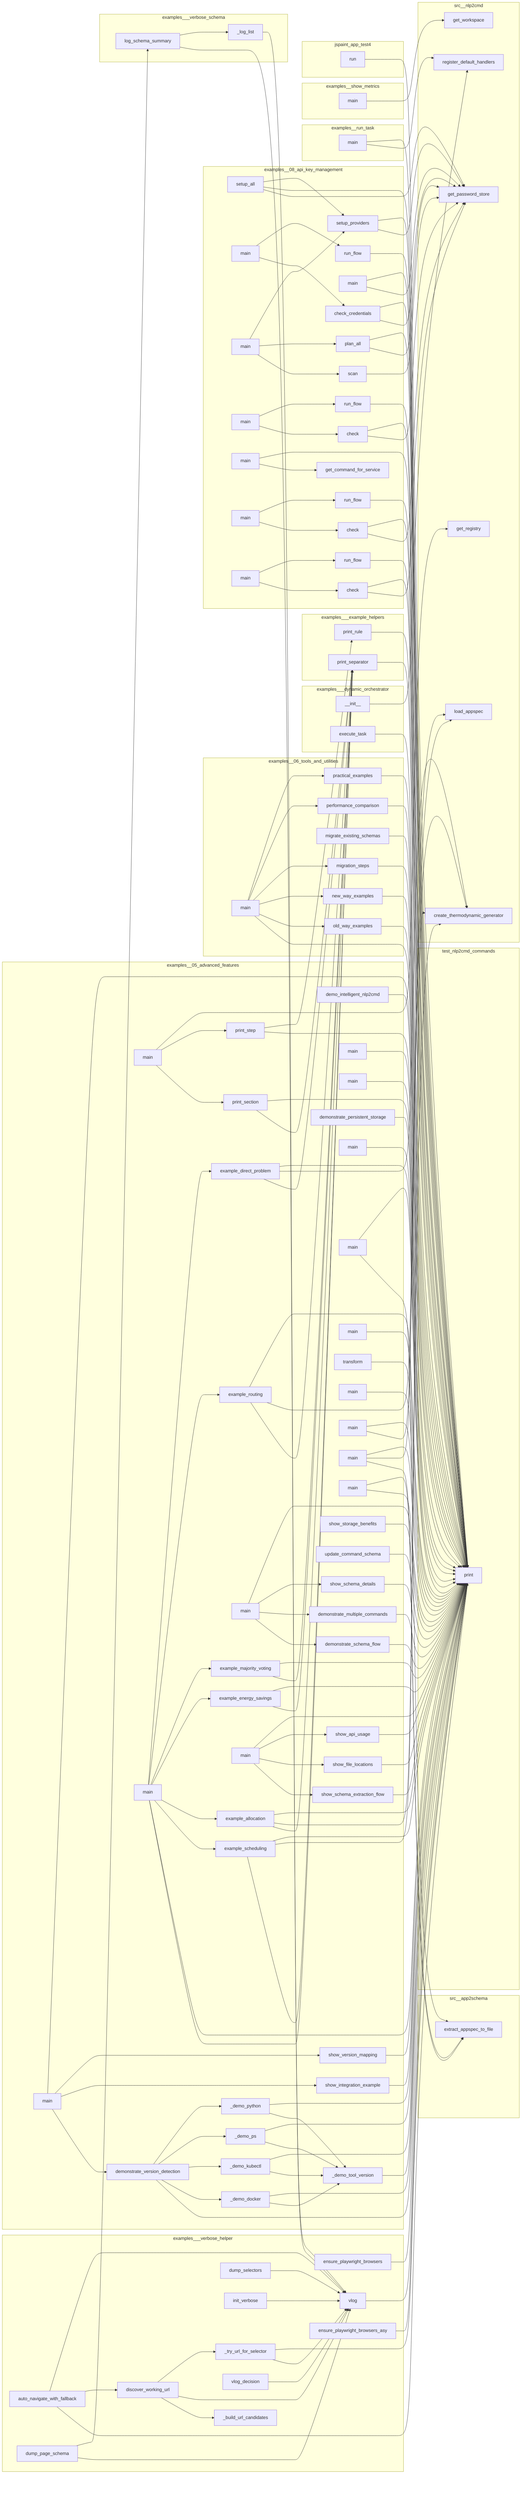
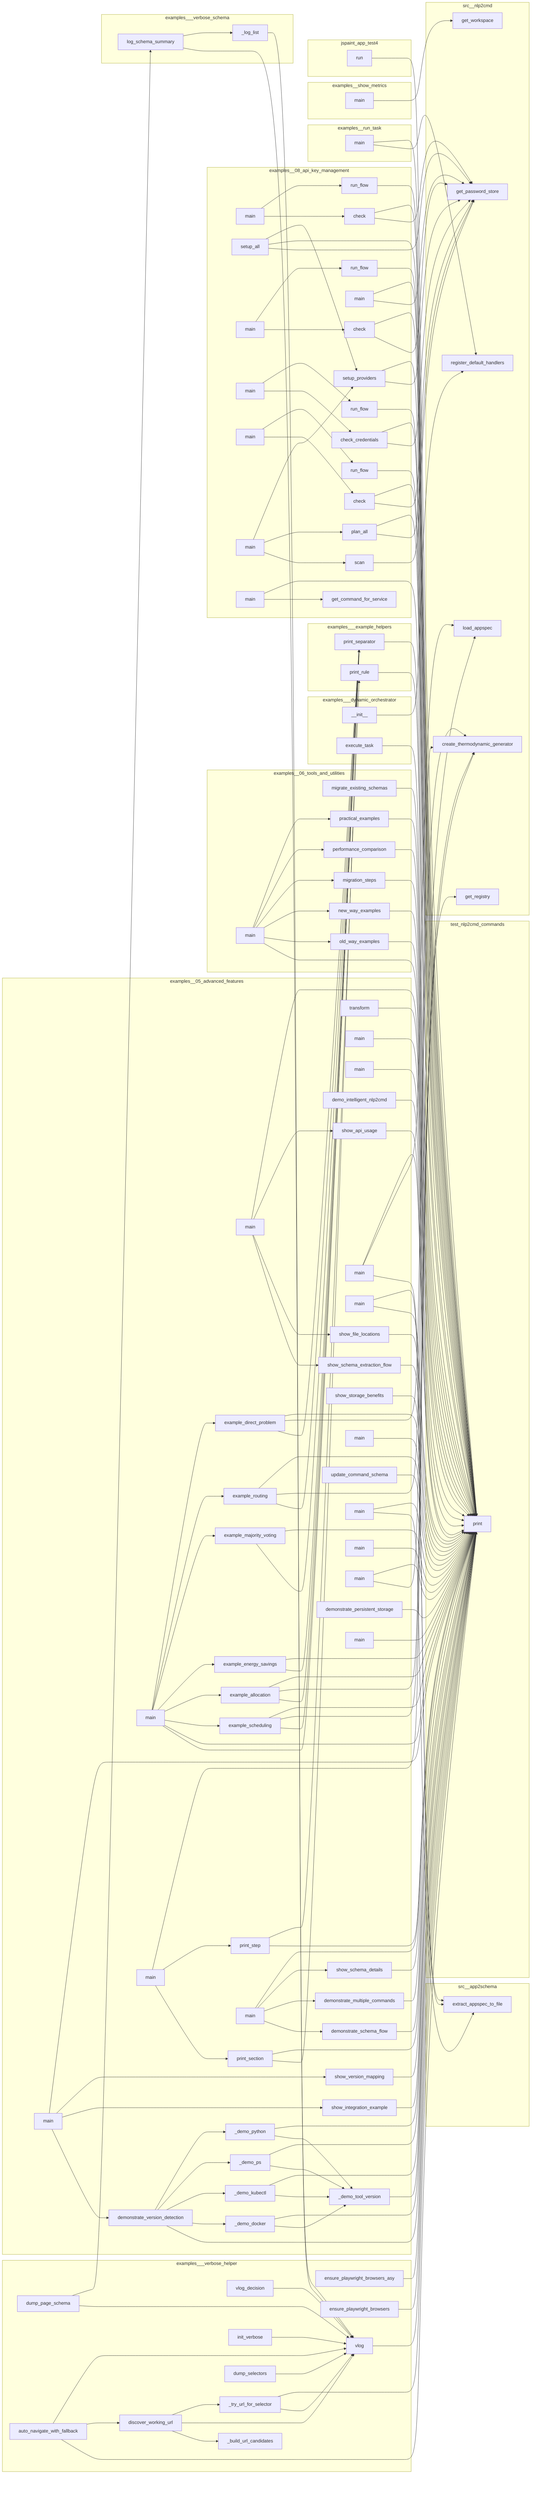
flowchart LR
- %% generated in 0.08s
+ %% generated in 0.17s
    subgraph examples__05_advanced_features
+         examples__05_advanced_features__dynamic_schemas__demo_schema_flow__demonstrate_schema_flow["demonstrate_schema_flow"]
+         examples__05_advanced_features__thermodynamic_computing__example__main["main"]
+         examples__05_advanced_features__dynamic_schemas__demo_intelligent_nlp2cmd__IntelligentNLP2CMD__transform["transform"]
+         examples__05_advanced_features__dynamic_schemas__schema_flow_demo__main["main"]
+         examples__05_advanced_features__dynamic_schemas__demo_version_detection___demo_kubectl["_demo_kubectl"]
+         examples__05_advanced_features__schema_driven_architecture__04_plan_executor__demo__main["main"]
+         examples__05_advanced_features__thermodynamic_computing__example__example_direct_problem["example_direct_problem"]
+         examples__05_advanced_features__schema_driven_architecture__05_result_aggregator__demo__main["main"]
+         examples__05_advanced_features__dynamic_schemas__demo_intelligent_nlp2cmd__demo_intelligent_nlp2cmd["demo_intelligent_nlp2cmd"]
+         examples__05_advanced_features__dynamic_schemas__demo_version_detection__show_integration_example["show_integration_example"]
+         examples__05_advanced_features__schema_driven_architecture__mvp__main["main"]
+         examples__05_advanced_features__dynamic_schemas__demo_enhanced__main["main"]
+         examples__05_advanced_features__dynamic_schemas__schema_flow_demo__show_schema_extraction_flow["show_schema_extraction_flow"]
+         examples__05_advanced_features__dynamic_schemas__demo_version_detection___demo_python["_demo_python"]
+         examples__05_advanced_features__thermodynamic_computing__example__example_majority_voting["example_majority_voting"]
+         examples__05_advanced_features__dynamic_schemas__demo_version_detection__show_version_mapping["show_version_mapping"]
+         examples__05_advanced_features__dynamic_schemas__demo_persistent_storage__show_storage_benefits["show_storage_benefits"]
+         examples__05_advanced_features__dynamic_schemas__demo_schema_flow__show_schema_details["show_schema_details"]
+         examples__05_advanced_features__dynamic_schemas__schema_flow_demo__show_api_usage["show_api_usage"]
+         examples__05_advanced_features__schema_driven_architecture__02_decision_router__demo__main["main"]
+         examples__05_advanced_features__schema_driven_architecture__end_to_end_demo__print_section["print_section"]
+         examples__05_advanced_features__schema_driven_architecture__end_to_end_demo__print_step["print_step"]
+         examples__05_advanced_features__dynamic_schemas__demo_version_detection___demo_docker["_demo_docker"]
+         examples__05_advanced_features__thermodynamic_computing__example__example_allocation["example_allocation"]
+         examples__05_advanced_features__dynamic_schemas__demo_version_detection__demonstrate_version_detection["demonstrate_version_detection"]
        examples__05_advanced_features__dynamic_schemas__demo_version_detection___demo_tool_version["_demo_tool_version"]
-         examples__05_advanced_features__dynamic_schemas__demo_version_detection__demonstrate_version_detection["demonstrate_version_detection"]
+         examples__05_advanced_features__thermodynamic_computing__example__example_scheduling["example_scheduling"]
        examples__05_advanced_features__schema_driven_architecture__end_to_end_demo__main["main"]
-         examples__05_advanced_features__dynamic_schemas__demo_intelligent_nlp2cmd__demo_intelligent_nlp2cmd["demo_intelligent_nlp2cmd"]
-         examples__05_advanced_features__dynamic_schemas__schema_flow_demo__show_api_usage["show_api_usage"]
-         examples__05_advanced_features__dynamic_schemas__schema_flow_demo__show_schema_extraction_flow["show_schema_extraction_flow"]
-         examples__05_advanced_features__schema_driven_architecture__04_plan_executor__demo__main["main"]
-         examples__05_advanced_features__thermodynamic_computing__example__example_majority_voting["example_majority_voting"]
+         examples__05_advanced_features__dynamic_schemas__demo_intelligent_nlp2cmd__IntelligentNLP2CMD__update_command_schema["update_command_schema"]
+         examples__05_advanced_features__dynamic_schemas__demo_version_detection___demo_ps["_demo_ps"]
+         examples__05_advanced_features__dynamic_schemas__schema_flow_demo__show_file_locations["show_file_locations"]
+         examples__05_advanced_features__dynamic_schemas__example__main["main"]
+         examples__05_advanced_features__thermodynamic_computing__example__example_routing["example_routing"]
+         examples__05_advanced_features__dynamic_schemas__demo_schema_flow__demonstrate_multiple_commands["demonstrate_multiple_commands"]
+         examples__05_advanced_features__schema_driven_architecture__03_llm_planner__demo__main["main"]
+         examples__05_advanced_features__schema_driven_architecture__manual_appspec__main["main"]
+         examples__05_advanced_features__dynamic_schemas__demo_schema_flow__main["main"]
+         examples__05_advanced_features__dynamic_schemas__demo_version_detection__main["main"]
        examples__05_advanced_features__thermodynamic_computing__example__example_energy_savings["example_energy_savings"]
-         examples__05_advanced_features__dynamic_schemas__demo_version_detection__main["main"]
-         examples__05_advanced_features__thermodynamic_computing__example__main["main"]
+         examples__05_advanced_features__dynamic_schemas__demo_persistent_storage__demonstrate_persistent_storage["demonstrate_persistent_storage"]
        examples__05_advanced_features__dynamic_schemas__simple_schema_demo__main["main"]
-         examples__05_advanced_features__thermodynamic_computing__example__example_routing["example_routing"]
-         examples__05_advanced_features__dynamic_schemas__demo_schema_flow__demonstrate_schema_flow["demonstrate_schema_flow"]
-         examples__05_advanced_features__dynamic_schemas__demo_persistent_storage__demonstrate_persistent_storage["demonstrate_persistent_storage"]
-         examples__05_advanced_features__schema_driven_architecture__03_llm_planner__demo__main["main"]
-         examples__05_advanced_features__dynamic_schemas__demo_version_detection___demo_ps["_demo_ps"]
-         examples__05_advanced_features__dynamic_schemas__demo_schema_flow__demonstrate_multiple_commands["demonstrate_multiple_commands"]
-         examples__05_advanced_features__dynamic_schemas__schema_flow_demo__show_file_locations["show_file_locations"]
-         examples__05_advanced_features__dynamic_schemas__demo_version_detection___demo_docker["_demo_docker"]
-         examples__05_advanced_features__dynamic_schemas__example__main["main"]
-         examples__05_advanced_features__dynamic_schemas__demo_version_detection__show_version_mapping["show_version_mapping"]
-         examples__05_advanced_features__schema_driven_architecture__02_decision_router__demo__main["main"]
-         examples__05_advanced_features__dynamic_schemas__demo_intelligent_nlp2cmd__IntelligentNLP2CMD__transform["transform"]
-         examples__05_advanced_features__schema_driven_architecture__end_to_end_demo__print_step["print_step"]
-         examples__05_advanced_features__schema_driven_architecture__05_result_aggregator__demo__main["main"]
-         examples__05_advanced_features__dynamic_schemas__demo_schema_flow__main["main"]
-         examples__05_advanced_features__dynamic_schemas__demo_version_detection__show_integration_example["show_integration_example"]
-         examples__05_advanced_features__schema_driven_architecture__manual_appspec__main["main"]
-         examples__05_advanced_features__dynamic_schemas__demo_version_detection___demo_python["_demo_python"]
-         examples__05_advanced_features__schema_driven_architecture__end_to_end_demo__print_section["print_section"]
-         examples__05_advanced_features__dynamic_schemas__schema_flow_demo__main["main"]
-         examples__05_advanced_features__schema_driven_architecture__mvp__main["main"]
-         examples__05_advanced_features__thermodynamic_computing__example__example_scheduling["example_scheduling"]
-         examples__05_advanced_features__dynamic_schemas__demo_enhanced__main["main"]
-         examples__05_advanced_features__dynamic_schemas__demo_schema_flow__show_schema_details["show_schema_details"]
-         examples__05_advanced_features__thermodynamic_computing__example__example_direct_problem["example_direct_problem"]
-         examples__05_advanced_features__thermodynamic_computing__example__example_allocation["example_allocation"]
-         examples__05_advanced_features__dynamic_schemas__demo_version_detection___demo_kubectl["_demo_kubectl"]
-         examples__05_advanced_features__dynamic_schemas__demo_persistent_storage__show_storage_benefits["show_storage_benefits"]
-         examples__05_advanced_features__dynamic_schemas__demo_intelligent_nlp2cmd__IntelligentNLP2CMD__update_command_schema["update_command_schema"]
    end
    subgraph examples__06_tools_and_utilities
+         examples__06_tools_and_utilities__migration_tools__demo_versioned_schemas__migrate_existing_schemas["migrate_existing_schemas"]
        examples__06_tools_and_utilities__migration_tools__guide__new_way_examples["new_way_examples"]
+         examples__06_tools_and_utilities__migration_tools__guide__old_way_examples["old_way_examples"]
+         examples__06_tools_and_utilities__migration_tools__guide__performance_comparison["performance_comparison"]
+         examples__06_tools_and_utilities__migration_tools__guide__main["main"]
        examples__06_tools_and_utilities__migration_tools__guide__practical_examples["practical_examples"]
-         examples__06_tools_and_utilities__migration_tools__demo_versioned_schemas__migrate_existing_schemas["migrate_existing_schemas"]
-         examples__06_tools_and_utilities__migration_tools__guide__main["main"]
-         examples__06_tools_and_utilities__migration_tools__guide__performance_comparison["performance_comparison"]
        examples__06_tools_and_utilities__migration_tools__guide__migration_steps["migration_steps"]
-         examples__06_tools_and_utilities__migration_tools__guide__old_way_examples["old_way_examples"]
    end
    subgraph examples__08_api_key_management
+         examples__08_api_key_management__02_openrouter_key__run__run_flow["run_flow"]
+         examples__08_api_key_management__05_openai_key__run__main["main"]
        examples__08_api_key_management__03_github_token__run__check["check"]
-         examples__08_api_key_management__02_openrouter_key__run__check_credentials["check_credentials"]
-         examples__08_api_key_management__04_huggingface_token__run__run_flow["run_flow"]
        examples__08_api_key_management__04_huggingface_token__run__check["check"]
        examples__08_api_key_management__06_multi_provider__run__setup_all["setup_all"]
+         examples__08_api_key_management__06_multi_provider__run__setup_providers["setup_providers"]
+         examples__08_api_key_management__01_diagnose_credentials_nlp2cmd__get_command_for_service["get_command_for_service"]
        examples__08_api_key_management__01_diagnose_credentials__run__main["main"]
+         examples__08_api_key_management__04_huggingface_token__run__run_flow["run_flow"]
+         examples__08_api_key_management__03_github_token__run__main["main"]
+         examples__08_api_key_management__06_multi_provider__run__plan_all["plan_all"]
+         examples__08_api_key_management__02_openrouter_key__run__check_credentials["check_credentials"]
+         examples__08_api_key_management__03_github_token__run__run_flow["run_flow"]
+         examples__08_api_key_management__02_openrouter_key__run__main["main"]
+         examples__08_api_key_management__05_openai_key__run__check["check"]
        examples__08_api_key_management__05_openai_key__run__run_flow["run_flow"]
-         examples__08_api_key_management__02_openrouter_key__run__main["main"]
-         examples__08_api_key_management__06_multi_provider__run__plan_all["plan_all"]
-         examples__08_api_key_management__02_openrouter_key__run__run_flow["run_flow"]
+         examples__08_api_key_management__04_huggingface_token__run__main["main"]
        examples__08_api_key_management__06_multi_provider__run__main["main"]
        examples__08_api_key_management__06_multi_provider__run__scan["scan"]
-         examples__08_api_key_management__04_huggingface_token__run__main["main"]
        examples__08_api_key_management__01_diagnose_credentials_nlp2cmd__main["main"]
-         examples__08_api_key_management__05_openai_key__run__main["main"]
-         examples__08_api_key_management__03_github_token__run__main["main"]
-         examples__08_api_key_management__05_openai_key__run__check["check"]
-         examples__08_api_key_management__01_diagnose_credentials_nlp2cmd__get_command_for_service["get_command_for_service"]
-         examples__08_api_key_management__06_multi_provider__run__setup_providers["setup_providers"]
-         examples__08_api_key_management__03_github_token__run__run_flow["run_flow"]
    end
    subgraph examples___dynamic_orchestrator
        examples___dynamic_orchestrator__DynamicOrchestrator____init__["__init__"]
        examples___dynamic_orchestrator__DynamicOrchestrator__execute_task["execute_task"]
    end
    subgraph examples___example_helpers
+         examples___example_helpers__print_rule["print_rule"]
        examples___example_helpers__print_separator["print_separator"]
-         examples___example_helpers__print_rule["print_rule"]
    end
    subgraph examples___verbose_helper
-         examples___verbose_helper___try_url_for_selector["_try_url_for_selector"]
-         examples___verbose_helper__auto_navigate_with_fallback["auto_navigate_with_fallback"]
-         examples___verbose_helper__dump_page_schema["dump_page_schema"]
-         examples___verbose_helper__dump_selectors["dump_selectors"]
-         examples___verbose_helper__discover_working_url["discover_working_url"]
-         examples___verbose_helper__ensure_playwright_browsers["ensure_playwright_browsers"]
-         examples___verbose_helper__init_verbose["init_verbose"]
-         examples___verbose_helper__vlog["vlog"]
-         examples___verbose_helper___build_url_candidates["_build_url_candidates"]
        examples___verbose_helper__ensure_playwright_browsers_async["ensure_playwright_browsers_asy"]
        examples___verbose_helper__vlog_decision["vlog_decision"]
+         examples___verbose_helper__dump_page_schema["dump_page_schema"]
+         examples___verbose_helper___try_url_for_selector["_try_url_for_selector"]
+         examples___verbose_helper__init_verbose["init_verbose"]
+         examples___verbose_helper___build_url_candidates["_build_url_candidates"]
+         examples___verbose_helper__dump_selectors["dump_selectors"]
+         examples___verbose_helper__ensure_playwright_browsers["ensure_playwright_browsers"]
+         examples___verbose_helper__auto_navigate_with_fallback["auto_navigate_with_fallback"]
+         examples___verbose_helper__discover_working_url["discover_working_url"]
+         examples___verbose_helper__vlog["vlog"]
    end
    subgraph examples___verbose_schema
        examples___verbose_schema__log_schema_summary["log_schema_summary"]
        examples___verbose_schema___log_list["_log_list"]
    end
    subgraph examples__run_task
        examples__run_task__main["main"]
    end
    subgraph examples__show_metrics
        examples__show_metrics__main["main"]
    end
    subgraph jspaint_app_test4
        jspaint_app_test4__run["run"]
    end
    subgraph src__app2schema
        src__app2schema__extract__extract_appspec_to_file["extract_appspec_to_file"]
    end
    subgraph src__nlp2cmd
+         src__nlp2cmd__appspec_runtime__load_appspec["load_appspec"]
+         src__nlp2cmd__generation__thermodynamic__create_thermodynamic_generator["create_thermodynamic_generator"]
+         src__nlp2cmd__orchestration__learned_path__get_workspace["get_workspace"]
+         src__nlp2cmd__orchestration__handlers__register_default_handlers["register_default_handlers"]
+         src__nlp2cmd__registry__get_registry__get_registry["get_registry"]
        src__nlp2cmd__automation__password_store__get_password_store["get_password_store"]
-         src__nlp2cmd__generation__thermodynamic__create_thermodynamic_generator["create_thermodynamic_generator"]
-         src__nlp2cmd__appspec_runtime__load_appspec["load_appspec"]
-         src__nlp2cmd__orchestration__learned_path__get_workspace["get_workspace"]
-         src__nlp2cmd__registry__get_registry__get_registry["get_registry"]
-         src__nlp2cmd__orchestration__handlers__register_default_handlers["register_default_handlers"]
    end
    subgraph test_nlp2cmd_commands
        test_nlp2cmd_commands__print["print"]
    end
    jspaint_app_test4__run --> test_nlp2cmd_commands__print
    examples__show_metrics__main --> src__nlp2cmd__orchestration__learned_path__get_workspace
    examples___verbose_schema___log_list --> examples___verbose_helper__vlog
    examples___verbose_schema__log_schema_summary --> examples___verbose_helper__vlog
    examples___verbose_schema__log_schema_summary --> examples___verbose_schema___log_list
    examples___dynamic_orchestrator__DynamicOrchestrator____init__ --> src__nlp2cmd__orchestration__handlers__register_default_handlers
    examples___dynamic_orchestrator__DynamicOrchestrator__execute_task --> test_nlp2cmd_commands__print
    examples___example_helpers__print_separator --> test_nlp2cmd_commands__print
    examples___example_helpers__print_rule --> test_nlp2cmd_commands__print
    examples___verbose_helper__init_verbose --> examples___verbose_helper__vlog
    examples___verbose_helper__vlog --> test_nlp2cmd_commands__print
    examples___verbose_helper__dump_page_schema --> examples___verbose_helper__vlog
    examples___verbose_helper__dump_page_schema --> examples___verbose_schema__log_schema_summary
    examples___verbose_helper__dump_selectors --> examples___verbose_helper__vlog
    examples___verbose_helper__vlog_decision --> examples___verbose_helper__vlog
    examples___verbose_helper__ensure_playwright_browsers --> test_nlp2cmd_commands__print
    examples___verbose_helper__ensure_playwright_browsers_async --> test_nlp2cmd_commands__print
    examples___verbose_helper___try_url_for_selector --> examples___verbose_helper__vlog
    examples___verbose_helper___try_url_for_selector --> test_nlp2cmd_commands__print
    examples___verbose_helper__discover_working_url --> examples___verbose_helper___build_url_candidates
    examples___verbose_helper__discover_working_url --> examples___verbose_helper__vlog
    examples___verbose_helper__discover_working_url --> examples___verbose_helper___try_url_for_selector
    examples___verbose_helper__auto_navigate_with_fallback --> test_nlp2cmd_commands__print
    examples___verbose_helper__auto_navigate_with_fallback --> examples___verbose_helper__discover_working_url
    examples___verbose_helper__auto_navigate_with_fallback --> examples___verbose_helper__vlog
    examples__run_task__main --> src__nlp2cmd__orchestration__handlers__register_default_handlers
    examples__run_task__main --> test_nlp2cmd_commands__print
    examples__05_advanced_features__thermodynamic_computing__example__example_scheduling --> examples___example_helpers__print_separator
    examples__05_advanced_features__thermodynamic_computing__example__example_scheduling --> src__nlp2cmd__generation__thermodynamic__create_thermodynamic_generator
    examples__05_advanced_features__thermodynamic_computing__example__example_scheduling --> test_nlp2cmd_commands__print
    examples__05_advanced_features__thermodynamic_computing__example__example_allocation --> examples___example_helpers__print_separator
    examples__05_advanced_features__thermodynamic_computing__example__example_allocation --> src__nlp2cmd__generation__thermodynamic__create_thermodynamic_generator
    examples__05_advanced_features__thermodynamic_computing__example__example_allocation --> test_nlp2cmd_commands__print
    examples__05_advanced_features__thermodynamic_computing__example__example_energy_savings --> examples___example_helpers__print_separator
    examples__05_advanced_features__thermodynamic_computing__example__example_energy_savings --> test_nlp2cmd_commands__print
    examples__05_advanced_features__thermodynamic_computing__example__example_majority_voting --> examples___example_helpers__print_separator
    examples__05_advanced_features__thermodynamic_computing__example__example_majority_voting --> test_nlp2cmd_commands__print
    examples__05_advanced_features__thermodynamic_computing__example__example_routing --> examples___example_helpers__print_separator
    examples__05_advanced_features__thermodynamic_computing__example__example_routing --> src__nlp2cmd__generation__thermodynamic__create_thermodynamic_generator
    examples__05_advanced_features__thermodynamic_computing__example__example_routing --> test_nlp2cmd_commands__print
    examples__05_advanced_features__thermodynamic_computing__example__example_direct_problem --> examples___example_helpers__print_separator
    examples__05_advanced_features__thermodynamic_computing__example__example_direct_problem --> src__nlp2cmd__generation__thermodynamic__create_thermodynamic_generator
    examples__05_advanced_features__thermodynamic_computing__example__example_direct_problem --> test_nlp2cmd_commands__print
    examples__05_advanced_features__thermodynamic_computing__example__main --> examples___example_helpers__print_separator
    examples__05_advanced_features__thermodynamic_computing__example__main --> test_nlp2cmd_commands__print
    examples__05_advanced_features__thermodynamic_computing__example__main --> examples__05_advanced_features__thermodynamic_computing__example__example_scheduling
    examples__05_advanced_features__thermodynamic_computing__example__main --> examples__05_advanced_features__thermodynamic_computing__example__example_allocation
    examples__05_advanced_features__thermodynamic_computing__example__main --> examples__05_advanced_features__thermodynamic_computing__example__example_energy_savings
    examples__05_advanced_features__thermodynamic_computing__example__main --> examples__05_advanced_features__thermodynamic_computing__example__example_majority_voting
    examples__05_advanced_features__thermodynamic_computing__example__main --> examples__05_advanced_features__thermodynamic_computing__example__example_routing
    examples__05_advanced_features__thermodynamic_computing__example__main --> examples__05_advanced_features__thermodynamic_computing__example__example_direct_problem
    examples__05_advanced_features__schema_driven_architecture__manual_appspec__main --> src__nlp2cmd__appspec_runtime__load_appspec
    examples__05_advanced_features__schema_driven_architecture__manual_appspec__main --> test_nlp2cmd_commands__print
    examples__05_advanced_features__schema_driven_architecture__end_to_end_demo__print_section --> examples___example_helpers__print_separator
    examples__05_advanced_features__schema_driven_architecture__end_to_end_demo__print_section --> test_nlp2cmd_commands__print
    examples__05_advanced_features__schema_driven_architecture__end_to_end_demo__print_step --> test_nlp2cmd_commands__print
    examples__05_advanced_features__schema_driven_architecture__end_to_end_demo__print_step --> examples___example_helpers__print_rule
    examples__05_advanced_features__schema_driven_architecture__end_to_end_demo__main --> examples__05_advanced_features__schema_driven_architecture__end_to_end_demo__print_section
    examples__05_advanced_features__schema_driven_architecture__end_to_end_demo__main --> examples__05_advanced_features__schema_driven_architecture__end_to_end_demo__print_step
    examples__05_advanced_features__schema_driven_architecture__end_to_end_demo__main --> src__nlp2cmd__registry__get_registry__get_registry
    examples__05_advanced_features__schema_driven_architecture__mvp__main --> src__app2schema__extract__extract_appspec_to_file
    examples__05_advanced_features__schema_driven_architecture__mvp__main --> src__nlp2cmd__appspec_runtime__load_appspec
    examples__05_advanced_features__schema_driven_architecture__mvp__main --> test_nlp2cmd_commands__print
    examples__05_advanced_features__schema_driven_architecture__05_result_aggregator__demo__main --> test_nlp2cmd_commands__print
    examples__05_advanced_features__schema_driven_architecture__02_decision_router__demo__main --> test_nlp2cmd_commands__print
    examples__05_advanced_features__schema_driven_architecture__04_plan_executor__demo__main --> test_nlp2cmd_commands__print
    examples__05_advanced_features__schema_driven_architecture__03_llm_planner__demo__main --> test_nlp2cmd_commands__print
    examples__05_advanced_features__dynamic_schemas__simple_schema_demo__main --> test_nlp2cmd_commands__print
    examples__05_advanced_features__dynamic_schemas__demo_intelligent_nlp2cmd__IntelligentNLP2CMD__transform --> test_nlp2cmd_commands__print
    examples__05_advanced_features__dynamic_schemas__demo_intelligent_nlp2cmd__IntelligentNLP2CMD__update_command_schema --> test_nlp2cmd_commands__print
    examples__05_advanced_features__dynamic_schemas__demo_intelligent_nlp2cmd__demo_intelligent_nlp2cmd --> test_nlp2cmd_commands__print
    examples__05_advanced_features__dynamic_schemas__demo_persistent_storage__demonstrate_persistent_storage --> test_nlp2cmd_commands__print
    examples__05_advanced_features__dynamic_schemas__demo_persistent_storage__show_storage_benefits --> test_nlp2cmd_commands__print
    examples__05_advanced_features__dynamic_schemas__demo_enhanced__main --> test_nlp2cmd_commands__print
    examples__05_advanced_features__dynamic_schemas__demo_enhanced__main --> src__app2schema__extract__extract_appspec_to_file
    examples__05_advanced_features__dynamic_schemas__demo_schema_flow__demonstrate_schema_flow --> test_nlp2cmd_commands__print
    examples__05_advanced_features__dynamic_schemas__demo_schema_flow__demonstrate_multiple_commands --> test_nlp2cmd_commands__print
    examples__05_advanced_features__dynamic_schemas__demo_schema_flow__show_schema_details --> test_nlp2cmd_commands__print
    examples__05_advanced_features__dynamic_schemas__demo_schema_flow__main --> examples__05_advanced_features__dynamic_schemas__demo_schema_flow__demonstrate_schema_flow
    examples__05_advanced_features__dynamic_schemas__demo_schema_flow__main --> examples__05_advanced_features__dynamic_schemas__demo_schema_flow__demonstrate_multiple_commands
    examples__05_advanced_features__dynamic_schemas__demo_schema_flow__main --> examples__05_advanced_features__dynamic_schemas__demo_schema_flow__show_schema_details
    examples__05_advanced_features__dynamic_schemas__demo_schema_flow__main --> test_nlp2cmd_commands__print
    examples__05_advanced_features__dynamic_schemas__demo_version_detection___demo_tool_version --> test_nlp2cmd_commands__print
    examples__05_advanced_features__dynamic_schemas__demo_version_detection___demo_docker --> examples__05_advanced_features__dynamic_schemas__demo_version_detection___demo_tool_version
    examples__05_advanced_features__dynamic_schemas__demo_version_detection___demo_docker --> test_nlp2cmd_commands__print
    examples__05_advanced_features__dynamic_schemas__demo_version_detection___demo_kubectl --> examples__05_advanced_features__dynamic_schemas__demo_version_detection___demo_tool_version
    examples__05_advanced_features__dynamic_schemas__demo_version_detection___demo_kubectl --> test_nlp2cmd_commands__print
    examples__05_advanced_features__dynamic_schemas__demo_version_detection___demo_ps --> examples__05_advanced_features__dynamic_schemas__demo_version_detection___demo_tool_version
    examples__05_advanced_features__dynamic_schemas__demo_version_detection___demo_ps --> test_nlp2cmd_commands__print
    examples__05_advanced_features__dynamic_schemas__demo_version_detection___demo_python --> examples__05_advanced_features__dynamic_schemas__demo_version_detection___demo_tool_version
    examples__05_advanced_features__dynamic_schemas__demo_version_detection___demo_python --> test_nlp2cmd_commands__print
    examples__05_advanced_features__dynamic_schemas__demo_version_detection__demonstrate_version_detection --> test_nlp2cmd_commands__print
    examples__05_advanced_features__dynamic_schemas__demo_version_detection__demonstrate_version_detection --> examples__05_advanced_features__dynamic_schemas__demo_version_detection___demo_docker
    examples__05_advanced_features__dynamic_schemas__demo_version_detection__demonstrate_version_detection --> examples__05_advanced_features__dynamic_schemas__demo_version_detection___demo_kubectl
    examples__05_advanced_features__dynamic_schemas__demo_version_detection__demonstrate_version_detection --> examples__05_advanced_features__dynamic_schemas__demo_version_detection___demo_ps
    examples__05_advanced_features__dynamic_schemas__demo_version_detection__demonstrate_version_detection --> examples__05_advanced_features__dynamic_schemas__demo_version_detection___demo_python
    examples__05_advanced_features__dynamic_schemas__demo_version_detection__show_integration_example --> test_nlp2cmd_commands__print
    examples__05_advanced_features__dynamic_schemas__demo_version_detection__show_version_mapping --> test_nlp2cmd_commands__print
    examples__05_advanced_features__dynamic_schemas__demo_version_detection__main --> examples__05_advanced_features__dynamic_schemas__demo_version_detection__demonstrate_version_detection
    examples__05_advanced_features__dynamic_schemas__demo_version_detection__main --> examples__05_advanced_features__dynamic_schemas__demo_version_detection__show_integration_example
    examples__05_advanced_features__dynamic_schemas__demo_version_detection__main --> examples__05_advanced_features__dynamic_schemas__demo_version_detection__show_version_mapping
    examples__05_advanced_features__dynamic_schemas__demo_version_detection__main --> test_nlp2cmd_commands__print
    examples__05_advanced_features__dynamic_schemas__schema_flow_demo__show_schema_extraction_flow --> test_nlp2cmd_commands__print
    examples__05_advanced_features__dynamic_schemas__schema_flow_demo__show_file_locations --> test_nlp2cmd_commands__print
    examples__05_advanced_features__dynamic_schemas__schema_flow_demo__show_api_usage --> test_nlp2cmd_commands__print
    examples__05_advanced_features__dynamic_schemas__schema_flow_demo__main --> examples__05_advanced_features__dynamic_schemas__schema_flow_demo__show_schema_extraction_flow
    examples__05_advanced_features__dynamic_schemas__schema_flow_demo__main --> examples__05_advanced_features__dynamic_schemas__schema_flow_demo__show_file_locations
    examples__05_advanced_features__dynamic_schemas__schema_flow_demo__main --> examples__05_advanced_features__dynamic_schemas__schema_flow_demo__show_api_usage
    examples__05_advanced_features__dynamic_schemas__schema_flow_demo__main --> test_nlp2cmd_commands__print
    examples__05_advanced_features__dynamic_schemas__example__main --> src__app2schema__extract__extract_appspec_to_file
    examples__05_advanced_features__dynamic_schemas__example__main --> test_nlp2cmd_commands__print
    examples__08_api_key_management__01_diagnose_credentials_nlp2cmd__main --> examples__08_api_key_management__01_diagnose_credentials_nlp2cmd__get_command_for_service
    examples__08_api_key_management__01_diagnose_credentials_nlp2cmd__main --> test_nlp2cmd_commands__print
    examples__08_api_key_management__05_openai_key__run__check --> src__nlp2cmd__automation__password_store__get_password_store
    examples__08_api_key_management__05_openai_key__run__check --> test_nlp2cmd_commands__print
    examples__08_api_key_management__05_openai_key__run__run_flow --> test_nlp2cmd_commands__print
    examples__08_api_key_management__05_openai_key__run__main --> examples__08_api_key_management__05_openai_key__run__check
    examples__08_api_key_management__05_openai_key__run__main --> examples__08_api_key_management__05_openai_key__run__run_flow
    examples__08_api_key_management__01_diagnose_credentials__run__main --> src__nlp2cmd__automation__password_store__get_password_store
    examples__08_api_key_management__01_diagnose_credentials__run__main --> test_nlp2cmd_commands__print
    examples__08_api_key_management__06_multi_provider__run__scan --> src__nlp2cmd__automation__password_store__get_password_store
    examples__08_api_key_management__06_multi_provider__run__plan_all --> src__nlp2cmd__automation__password_store__get_password_store
    examples__08_api_key_management__06_multi_provider__run__plan_all --> test_nlp2cmd_commands__print
    examples__08_api_key_management__06_multi_provider__run__setup_providers --> src__nlp2cmd__automation__password_store__get_password_store
    examples__08_api_key_management__06_multi_provider__run__setup_providers --> test_nlp2cmd_commands__print
    examples__08_api_key_management__06_multi_provider__run__setup_all --> src__nlp2cmd__automation__password_store__get_password_store
    examples__08_api_key_management__06_multi_provider__run__setup_all --> test_nlp2cmd_commands__print
    examples__08_api_key_management__06_multi_provider__run__setup_all --> examples__08_api_key_management__06_multi_provider__run__setup_providers
    examples__08_api_key_management__06_multi_provider__run__main --> examples__08_api_key_management__06_multi_provider__run__scan
    examples__08_api_key_management__06_multi_provider__run__main --> examples__08_api_key_management__06_multi_provider__run__plan_all
    examples__08_api_key_management__06_multi_provider__run__main --> examples__08_api_key_management__06_multi_provider__run__setup_providers
    examples__08_api_key_management__02_openrouter_key__run__check_credentials --> src__nlp2cmd__automation__password_store__get_password_store
    examples__08_api_key_management__02_openrouter_key__run__check_credentials --> test_nlp2cmd_commands__print
    examples__08_api_key_management__02_openrouter_key__run__run_flow --> test_nlp2cmd_commands__print
    examples__08_api_key_management__02_openrouter_key__run__main --> examples__08_api_key_management__02_openrouter_key__run__check_credentials
    examples__08_api_key_management__02_openrouter_key__run__main --> examples__08_api_key_management__02_openrouter_key__run__run_flow
    examples__08_api_key_management__03_github_token__run__check --> src__nlp2cmd__automation__password_store__get_password_store
    examples__08_api_key_management__03_github_token__run__check --> test_nlp2cmd_commands__print
    examples__08_api_key_management__03_github_token__run__run_flow --> test_nlp2cmd_commands__print
    examples__08_api_key_management__03_github_token__run__main --> examples__08_api_key_management__03_github_token__run__check
    examples__08_api_key_management__03_github_token__run__main --> examples__08_api_key_management__03_github_token__run__run_flow
    examples__08_api_key_management__04_huggingface_token__run__check --> src__nlp2cmd__automation__password_store__get_password_store
    examples__08_api_key_management__04_huggingface_token__run__check --> test_nlp2cmd_commands__print
    examples__08_api_key_management__04_huggingface_token__run__run_flow --> test_nlp2cmd_commands__print
    examples__08_api_key_management__04_huggingface_token__run__main --> examples__08_api_key_management__04_huggingface_token__run__check
    examples__08_api_key_management__04_huggingface_token__run__main --> examples__08_api_key_management__04_huggingface_token__run__run_flow
    examples__06_tools_and_utilities__migration_tools__guide__old_way_examples --> test_nlp2cmd_commands__print
    examples__06_tools_and_utilities__migration_tools__guide__new_way_examples --> test_nlp2cmd_commands__print
    examples__06_tools_and_utilities__migration_tools__guide__migration_steps --> test_nlp2cmd_commands__print
    examples__06_tools_and_utilities__migration_tools__guide__performance_comparison --> test_nlp2cmd_commands__print
    examples__06_tools_and_utilities__migration_tools__guide__practical_examples --> test_nlp2cmd_commands__print
    examples__06_tools_and_utilities__migration_tools__guide__main --> test_nlp2cmd_commands__print
    examples__06_tools_and_utilities__migration_tools__guide__main --> examples__06_tools_and_utilities__migration_tools__guide__old_way_examples
    examples__06_tools_and_utilities__migration_tools__guide__main --> examples__06_tools_and_utilities__migration_tools__guide__new_way_examples
    examples__06_tools_and_utilities__migration_tools__guide__main --> examples__06_tools_and_utilities__migration_tools__guide__migration_steps
    examples__06_tools_and_utilities__migration_tools__guide__main --> examples__06_tools_and_utilities__migration_tools__guide__performance_comparison
    examples__06_tools_and_utilities__migration_tools__guide__main --> examples__06_tools_and_utilities__migration_tools__guide__practical_examples
    examples__06_tools_and_utilities__migration_tools__demo_versioned_schemas__migrate_existing_schemas --> test_nlp2cmd_commands__print
